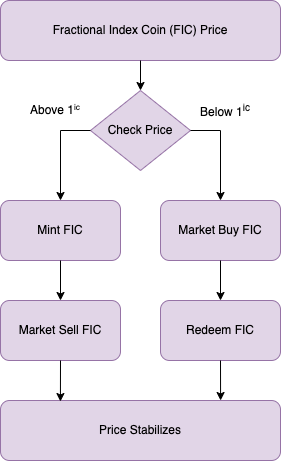
Above: img/findex2.png in icmoore/dao_research (draw.io), before the change. Source tidied: cells renumbered, new cells last; positions are measured from the earlier drawing's top-left corner, leaving out a move shared by most shapes. Source of this version:
```xml
<mxGraphModel>
  <root>
    <mxCell id="0" />
    <mxCell id="1" parent="0" />
    <mxCell id="2" value="Fractional Index Coin (FIC) Price" style="rounded=1;whiteSpace=wrap;html=1;fillColor=#e1d5e7;strokeColor=#9673a6;" parent="1" vertex="1">
      <mxGeometry width="280" height="60" as="geometry" />
    </mxCell>
    <mxCell id="3" value="Mint FIC" style="rounded=1;whiteSpace=wrap;html=1;fillColor=#e1d5e7;strokeColor=#9673a6;" parent="1" vertex="1">
      <mxGeometry y="200" width="120" height="60" as="geometry" />
    </mxCell>
    <mxCell id="4" value="Market Buy FIC" style="rounded=1;whiteSpace=wrap;html=1;fillColor=#e1d5e7;strokeColor=#9673a6;" parent="1" vertex="1">
      <mxGeometry x="160" y="200" width="120" height="60" as="geometry" />
    </mxCell>
    <mxCell id="5" value="Market Sell FIC" style="rounded=1;whiteSpace=wrap;html=1;fillColor=#e1d5e7;strokeColor=#9673a6;" parent="1" vertex="1">
      <mxGeometry y="300" width="120" height="60" as="geometry" />
    </mxCell>
    <mxCell id="6" value="Redeem FIC" style="rounded=1;whiteSpace=wrap;html=1;fillColor=#e1d5e7;strokeColor=#9673a6;" parent="1" vertex="1">
      <mxGeometry x="160" y="300" width="120" height="60" as="geometry" />
    </mxCell>
    <mxCell id="7" value="Price Stabilizes" style="rounded=1;whiteSpace=wrap;html=1;fillColor=#e1d5e7;strokeColor=#9673a6;" parent="1" vertex="1">
      <mxGeometry y="400" width="280" height="60" as="geometry" />
    </mxCell>
    <mxCell id="8" value="Check Price" style="rhombus;whiteSpace=wrap;html=1;fillColor=#e1d5e7;strokeColor=#9673a6;" parent="1" vertex="1">
      <mxGeometry x="90" y="90" width="100" height="80" as="geometry" />
    </mxCell>
    <mxCell id="9" style="endArrow=classic;html=1;" parent="1" edge="1">
      <mxGeometry relative="1" as="geometry">
        <mxPoint x="60" y="130" as="sourcePoint" />
        <mxPoint x="60" y="200" as="targetPoint" />
      </mxGeometry>
    </mxCell>
    <mxCell id="10" style="endArrow=classic;html=1;entryX=0.5;entryY=0;entryDx=0;entryDy=0;" parent="1" edge="1" target="4">
      <mxGeometry relative="1" as="geometry">
        <mxPoint x="220" y="130" as="sourcePoint" />
      </mxGeometry>
    </mxCell>
    <mxCell id="11" style="endArrow=none;html=1;entryX=0;entryY=0.5;entryDx=0;entryDy=0;" parent="1" edge="1" target="8">
      <mxGeometry relative="1" as="geometry">
        <mxPoint x="60" y="130" as="sourcePoint" />
      </mxGeometry>
    </mxCell>
    <mxCell id="12" style="endArrow=none;html=1;exitX=1;exitY=0.5;exitDx=0;exitDy=0;" parent="1" edge="1" source="8">
      <mxGeometry relative="1" as="geometry">
        <mxPoint x="220" y="130" as="targetPoint" />
      </mxGeometry>
    </mxCell>
    <mxCell id="13" style="endArrow=classic;html=1;exitX=0.5;exitY=1;exitDx=0;exitDy=0;entryX=0.5;entryY=0;entryDx=0;entryDy=0;" parent="1" edge="1" source="2" target="8">
      <mxGeometry relative="1" as="geometry" />
    </mxCell>
    <mxCell id="14" style="endArrow=classic;html=1;exitX=0.5;exitY=1;exitDx=0;exitDy=0;entryX=0.5;entryY=0;entryDx=0;entryDy=0;" parent="1" edge="1" source="3" target="5">
      <mxGeometry relative="1" as="geometry" />
    </mxCell>
    <mxCell id="15" style="endArrow=classic;html=1;exitX=0.5;exitY=1;exitDx=0;exitDy=0;" parent="1" edge="1" source="4">
      <mxGeometry relative="1" as="geometry">
        <mxPoint x="220" y="300" as="targetPoint" />
      </mxGeometry>
    </mxCell>
    <mxCell id="16" style="endArrow=classic;html=1;exitX=0.5;exitY=1;exitDx=0;exitDy=0;entryX=0.214;entryY=0.017;entryDx=0;entryDy=0;entryPerimeter=0;" parent="1" edge="1" source="5" target="7">
      <mxGeometry relative="1" as="geometry" />
    </mxCell>
    <mxCell id="17" style="endArrow=classic;html=1;exitX=0.5;exitY=1;exitDx=0;exitDy=0;entryX=0.786;entryY=0;entryDx=0;entryDy=0;entryPerimeter=0;" parent="1" edge="1" source="6" target="7">
      <mxGeometry relative="1" as="geometry" />
    </mxCell>
    <mxCell id="18" value="Above 1&lt;span style=&quot;font-size: 10px&quot;&gt;&lt;sup&gt;ic&lt;/sup&gt;&lt;/span&gt;" style="text;html=1;strokeColor=none;fillColor=none;align=center;verticalAlign=middle;whiteSpace=wrap;rounded=0;" parent="1" vertex="1">
      <mxGeometry x="20" y="100" width="70" height="20" as="geometry" />
    </mxCell>
    <mxCell id="19" value="Below 1&lt;sup&gt;ic&lt;/sup&gt;" style="text;html=1;strokeColor=none;fillColor=none;align=center;verticalAlign=middle;whiteSpace=wrap;rounded=0;" parent="1" vertex="1">
      <mxGeometry x="190" y="100" width="70" height="20" as="geometry" />
    </mxCell>
  </root>
</mxGraphModel>
```
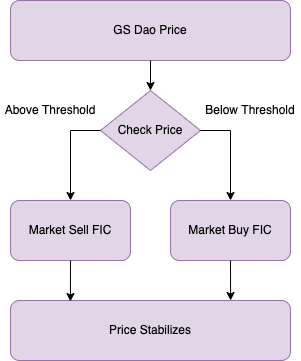
After the change.

Diff of the diagram source:
```diff
@@ -2,23 +2,17 @@
   <root>
     <mxCell id="0" />
     <mxCell id="1" parent="0" />
-    <mxCell id="2" value="Fractional Index Coin (FIC) Price" style="rounded=1;whiteSpace=wrap;html=1;fillColor=#e1d5e7;strokeColor=#9673a6;" parent="1" vertex="1">
+    <mxCell id="2" value="GS Dao Price" style="rounded=1;whiteSpace=wrap;html=1;fillColor=#e1d5e7;strokeColor=#9673a6;" parent="1" vertex="1">
       <mxGeometry width="280" height="60" as="geometry" />
     </mxCell>
-    <mxCell id="3" value="Mint FIC" style="rounded=1;whiteSpace=wrap;html=1;fillColor=#e1d5e7;strokeColor=#9673a6;" parent="1" vertex="1">
-      <mxGeometry y="200" width="120" height="60" as="geometry" />
-    </mxCell>
     <mxCell id="4" value="Market Buy FIC" style="rounded=1;whiteSpace=wrap;html=1;fillColor=#e1d5e7;strokeColor=#9673a6;" parent="1" vertex="1">
       <mxGeometry x="160" y="200" width="120" height="60" as="geometry" />
     </mxCell>
     <mxCell id="5" value="Market Sell FIC" style="rounded=1;whiteSpace=wrap;html=1;fillColor=#e1d5e7;strokeColor=#9673a6;" parent="1" vertex="1">
-      <mxGeometry y="300" width="120" height="60" as="geometry" />
+      <mxGeometry y="200" width="120" height="60" as="geometry" />
     </mxCell>
-    <mxCell id="6" value="Redeem FIC" style="rounded=1;whiteSpace=wrap;html=1;fillColor=#e1d5e7;strokeColor=#9673a6;" parent="1" vertex="1">
-      <mxGeometry x="160" y="300" width="120" height="60" as="geometry" />
-    </mxCell>
     <mxCell id="7" value="Price Stabilizes" style="rounded=1;whiteSpace=wrap;html=1;fillColor=#e1d5e7;strokeColor=#9673a6;" parent="1" vertex="1">
-      <mxGeometry y="400" width="280" height="60" as="geometry" />
+      <mxGeometry y="300" width="280" height="60" as="geometry" />
     </mxCell>
     <mxCell id="8" value="Check Price" style="rhombus;whiteSpace=wrap;html=1;fillColor=#e1d5e7;strokeColor=#9673a6;" parent="1" vertex="1">
       <mxGeometry x="90" y="90" width="100" height="80" as="geometry" />
@@ -47,25 +41,17 @@
     <mxCell id="13" style="endArrow=classic;html=1;exitX=0.5;exitY=1;exitDx=0;exitDy=0;entryX=0.5;entryY=0;entryDx=0;entryDy=0;" parent="1" edge="1" source="2" target="8">
       <mxGeometry relative="1" as="geometry" />
     </mxCell>
-    <mxCell id="14" style="endArrow=classic;html=1;exitX=0.5;exitY=1;exitDx=0;exitDy=0;entryX=0.5;entryY=0;entryDx=0;entryDy=0;" parent="1" edge="1" source="3" target="5">
-      <mxGeometry relative="1" as="geometry" />
-    </mxCell>
-    <mxCell id="15" style="endArrow=classic;html=1;exitX=0.5;exitY=1;exitDx=0;exitDy=0;" parent="1" edge="1" source="4">
-      <mxGeometry relative="1" as="geometry">
-        <mxPoint x="220" y="300" as="targetPoint" />
-      </mxGeometry>
-    </mxCell>
     <mxCell id="16" style="endArrow=classic;html=1;exitX=0.5;exitY=1;exitDx=0;exitDy=0;entryX=0.214;entryY=0.017;entryDx=0;entryDy=0;entryPerimeter=0;" parent="1" edge="1" source="5" target="7">
       <mxGeometry relative="1" as="geometry" />
     </mxCell>
-    <mxCell id="17" style="endArrow=classic;html=1;exitX=0.5;exitY=1;exitDx=0;exitDy=0;entryX=0.786;entryY=0;entryDx=0;entryDy=0;entryPerimeter=0;" parent="1" edge="1" source="6" target="7">
+    <mxCell id="17" style="endArrow=classic;html=1;exitX=0.5;exitY=1;exitDx=0;exitDy=0;entryX=0.786;entryY=0;entryDx=0;entryDy=0;entryPerimeter=0;" parent="1" edge="1" source="4" target="7">
       <mxGeometry relative="1" as="geometry" />
     </mxCell>
-    <mxCell id="18" value="Above 1&lt;span style=&quot;font-size: 10px&quot;&gt;&lt;sup&gt;ic&lt;/sup&gt;&lt;/span&gt;" style="text;html=1;strokeColor=none;fillColor=none;align=center;verticalAlign=middle;whiteSpace=wrap;rounded=0;" parent="1" vertex="1">
-      <mxGeometry x="20" y="100" width="70" height="20" as="geometry" />
+    <mxCell id="18" value="Above Threshold" style="text;html=1;strokeColor=none;fillColor=none;align=center;verticalAlign=middle;whiteSpace=wrap;rounded=0;" parent="1" vertex="1">
+      <mxGeometry x="-10" y="100" width="100" height="20" as="geometry" />
     </mxCell>
-    <mxCell id="19" value="Below 1&lt;sup&gt;ic&lt;/sup&gt;" style="text;html=1;strokeColor=none;fillColor=none;align=center;verticalAlign=middle;whiteSpace=wrap;rounded=0;" parent="1" vertex="1">
-      <mxGeometry x="190" y="100" width="70" height="20" as="geometry" />
+    <mxCell id="19" value="Below Threshold" style="text;html=1;strokeColor=none;fillColor=none;align=center;verticalAlign=middle;whiteSpace=wrap;rounded=0;" parent="1" vertex="1">
+      <mxGeometry x="190" y="100" width="100" height="20" as="geometry" />
     </mxCell>
   </root>
 </mxGraphModel>
```
